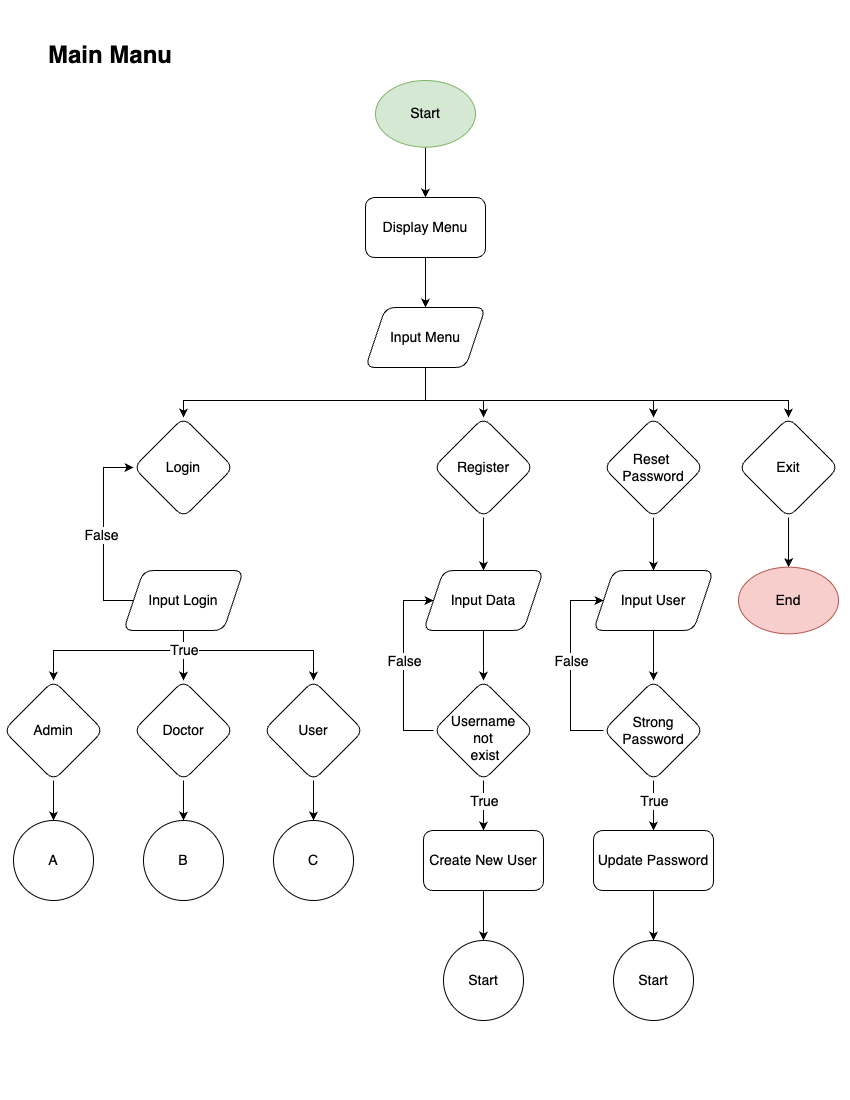
The draw.io diagram Flowchart/Main Menu.png in BrillianAK/Capstone-Project-1, before a commit. Source tidied: cells renumbered, new cells last; positions are measured from the earlier drawing's top-left corner, leaving out a move shared by most shapes.
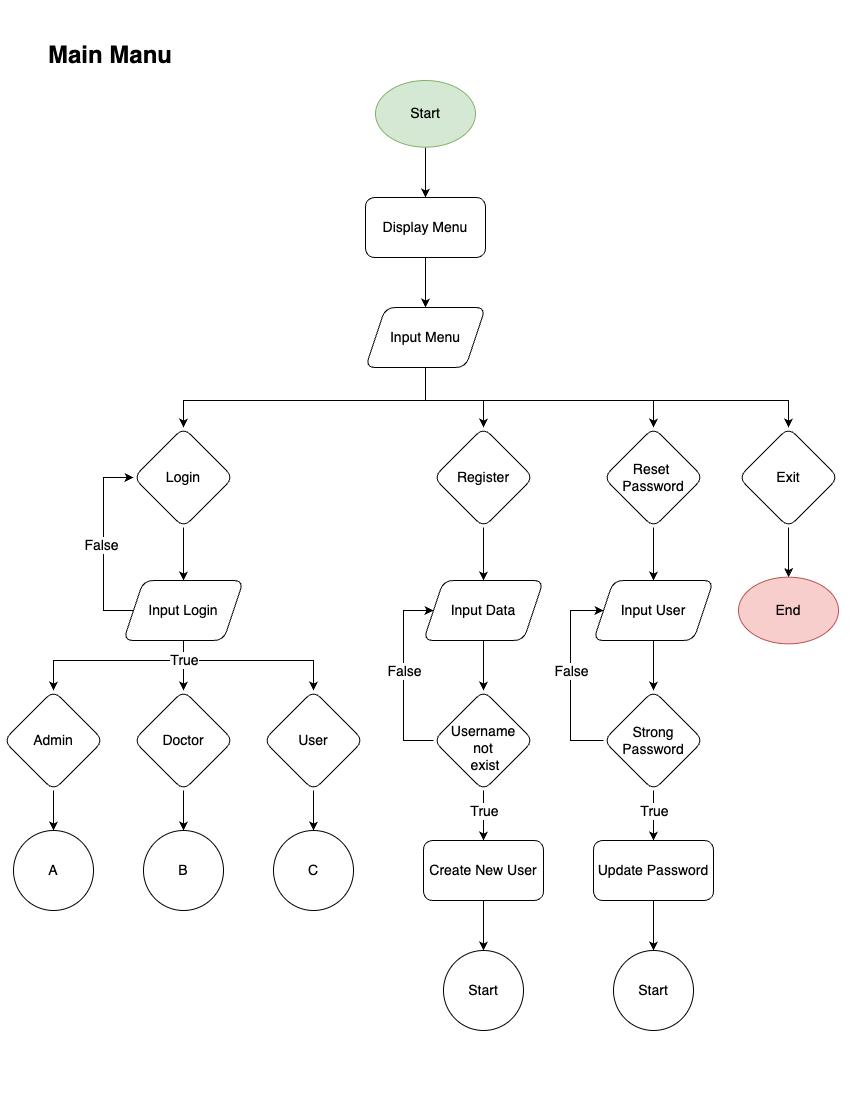
The same file after the commit.

What changed in the source:
```diff
@@ -6,46 +6,49 @@
       <mxGeometry relative="1" as="geometry" />
     </mxCell>
     <mxCell id="3" value="Start" style="ellipse;whiteSpace=wrap;html=1;fontSize=14;fillColor=#d5e8d4;strokeColor=#82b366;" parent="1" vertex="1">
-      <mxGeometry x="372" y="40" width="100" height="66.7" as="geometry" />
+      <mxGeometry x="372" y="30" width="100" height="66.7" as="geometry" />
     </mxCell>
     <mxCell id="4" value="Main Manu" style="text;html=1;align=center;verticalAlign=middle;whiteSpace=wrap;rounded=0;fontSize=24;fontStyle=1;" parent="1" vertex="1">
-      <mxGeometry x="37" width="140" height="30" as="geometry" />
+      <mxGeometry x="37" y="-10" width="140" height="30" as="geometry" />
     </mxCell>
     <mxCell id="5" style="edgeStyle=orthogonalEdgeStyle;rounded=0;jettySize=auto;html=1;entryX=0.5;entryY=0;entryDx=0;entryDy=0;" parent="1" edge="1" source="9" target="10">
       <mxGeometry relative="1" as="geometry">
         <Array as="points">
-          <mxPoint x="422" y="360" />
-          <mxPoint x="180" y="360" />
+          <mxPoint x="422" y="350" />
+          <mxPoint x="180" y="350" />
         </Array>
       </mxGeometry>
     </mxCell>
     <mxCell id="6" style="edgeStyle=orthogonalEdgeStyle;rounded=0;jettySize=auto;html=1;" parent="1" edge="1" source="9" target="12">
       <mxGeometry relative="1" as="geometry">
         <Array as="points">
-          <mxPoint x="422" y="360" />
-          <mxPoint x="480" y="360" />
+          <mxPoint x="422" y="350" />
+          <mxPoint x="480" y="350" />
         </Array>
       </mxGeometry>
     </mxCell>
     <mxCell id="7" style="edgeStyle=orthogonalEdgeStyle;rounded=0;jettySize=auto;html=1;entryX=0.5;entryY=0;entryDx=0;entryDy=0;" parent="1" edge="1" source="9" target="14">
       <mxGeometry relative="1" as="geometry">
         <Array as="points">
-          <mxPoint x="422" y="360" />
-          <mxPoint x="650" y="360" />
+          <mxPoint x="422" y="350" />
+          <mxPoint x="650" y="350" />
         </Array>
       </mxGeometry>
     </mxCell>
     <mxCell id="8" style="edgeStyle=orthogonalEdgeStyle;rounded=0;jettySize=auto;html=1;" parent="1" edge="1" source="9" target="16">
       <mxGeometry relative="1" as="geometry">
         <Array as="points">
-          <mxPoint x="422" y="360" />
-          <mxPoint x="785" y="360" />
+          <mxPoint x="422" y="350" />
+          <mxPoint x="785" y="350" />
         </Array>
       </mxGeometry>
     </mxCell>
     <mxCell id="9" value="Input Menu" style="shape=parallelogram;perimeter=parallelogramPerimeter;whiteSpace=wrap;html=1;fixedSize=1;rotation=0;rounded=1;fontSize=14;" parent="1" vertex="1">
-      <mxGeometry x="362" y="267" width="120" height="60" as="geometry" />
+      <mxGeometry x="362" y="257" width="120" height="60" as="geometry" />
     </mxCell>
+    <mxCell id="57" style="edgeStyle=orthogonalEdgeStyle;rounded=0;jettySize=auto;html=1;entryX=0.5;entryY=0;entryDx=0;entryDy=0;" parent="1" edge="1" source="10" target="48">
+      <mxGeometry relative="1" as="geometry" />
+    </mxCell>
     <mxCell id="10" value="Login" style="rhombus;whiteSpace=wrap;html=1;rounded=1;fontSize=14;" parent="1" vertex="1">
       <mxGeometry x="130" y="377" width="100" height="100" as="geometry" />
     </mxCell>
@@ -107,7 +110,7 @@
       <mxGeometry relative="1" as="geometry" />
     </mxCell>
     <mxCell id="29" value="Display Menu" style="rounded=1;whiteSpace=wrap;html=1;fontSize=14;" parent="1" vertex="1">
-      <mxGeometry x="362" y="157" width="120" height="60" as="geometry" />
+      <mxGeometry x="362" y="147" width="120" height="60" as="geometry" />
     </mxCell>
     <mxCell id="30" style="edgeStyle=orthogonalEdgeStyle;rounded=0;jettySize=auto;html=1;entryX=0.5;entryY=0;entryDx=0;entryDy=0;" parent="1" edge="1" source="31" target="49">
       <mxGeometry relative="1" as="geometry" />
```
